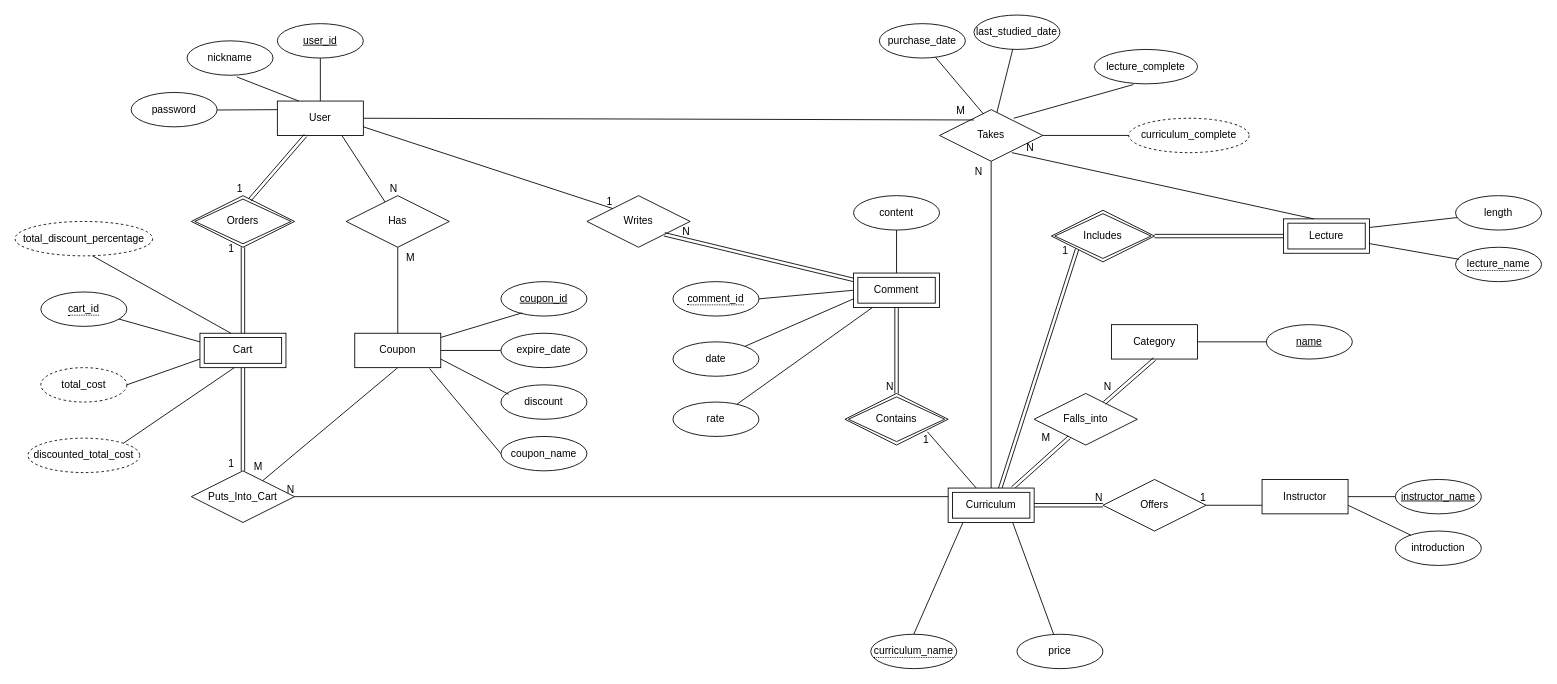
sarah2234/CBNU_DatabaseSystem keeps this draw.io diagram as ERD.drawio. Above is the earlier version. Source tidied: cells renumbered, new cells numbered last; positions are measured from the earlier drawing's top-left corner, leaving out a move shared by most shapes. Both pictures are drawn from the tidied source at 86%, with x=0, y=0 at pixel (15, 15).
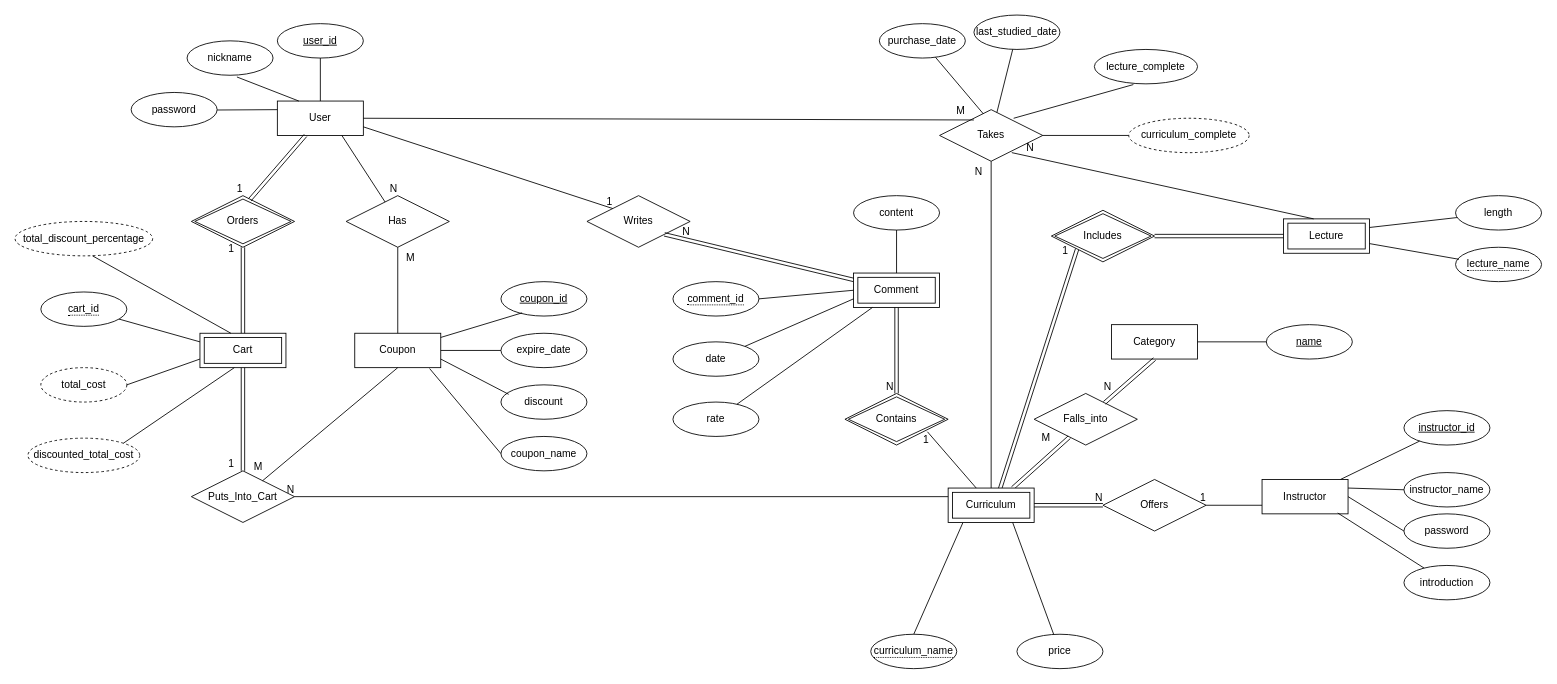
The same diagram, later.

Commit message:
feat: add attributes in Instructor

Unchanged cells that the change refers to:
```xml
<mxCell id="50" value="Instructor" style="whiteSpace=wrap;html=1;align=center;" parent="1" vertex="1">
  <mxGeometry x="1450" y="540" width="100" height="40" as="geometry" />
</mxCell>
```

Diff of the diagram source:
```diff
@@
     <mxCell id="57" value="introduction" style="ellipse;whiteSpace=wrap;html=1;align=center;" parent="1" vertex="1">
-      <mxGeometry x="1605" y="600" width="100" height="40" as="geometry" />
+      <mxGeometry x="1615" y="640" width="100" height="40" as="geometry" />
     </mxCell>
-    <mxCell id="58" style="endArrow=none;html=1;rounded=0;exitX=1;exitY=0.75;exitDx=0;exitDy=0;" parent="1" edge="1" source="50" target="57">
+    <mxCell id="58" style="endArrow=none;html=1;rounded=0;exitX=0.88;exitY=0.975;exitDx=0;exitDy=0;exitPerimeter=0;" parent="1" edge="1" source="50" target="57">
       <mxGeometry relative="1" as="geometry" />
     </mxCell>
-    <mxCell id="59" value="instructor_name" style="ellipse;whiteSpace=wrap;html=1;align=center;fontStyle=4;" parent="1" vertex="1">
-      <mxGeometry x="1605" y="540" width="100" height="40" as="geometry" />
+    <mxCell id="59" value="instructor_id" style="ellipse;whiteSpace=wrap;html=1;align=center;fontStyle=4;" parent="1" vertex="1">
+      <mxGeometry x="1615" y="460" width="100" height="40" as="geometry" />
     </mxCell>
@@
+    <mxCell id="111" value="instructor_name" style="ellipse;whiteSpace=wrap;html=1;align=center;" parent="1" vertex="1">
+      <mxGeometry x="1615" y="532" width="100" height="40" as="geometry" />
+    </mxCell>
+    <mxCell id="112" value="password" style="ellipse;whiteSpace=wrap;html=1;align=center;" parent="1" vertex="1">
+      <mxGeometry x="1615" y="580" width="100" height="40" as="geometry" />
+    </mxCell>
+    <mxCell id="113" style="endArrow=none;html=1;rounded=0;exitX=1;exitY=0.25;exitDx=0;exitDy=0;entryX=0;entryY=0.5;entryDx=0;entryDy=0;" parent="1" edge="1" source="50" target="111">
+      <mxGeometry relative="1" as="geometry" />
+    </mxCell>
+    <mxCell id="114" style="endArrow=none;html=1;rounded=0;exitX=1;exitY=0.5;exitDx=0;exitDy=0;entryX=0;entryY=0.5;entryDx=0;entryDy=0;" parent="1" edge="1" source="50" target="112">
+      <mxGeometry relative="1" as="geometry" />
+    </mxCell>
```
